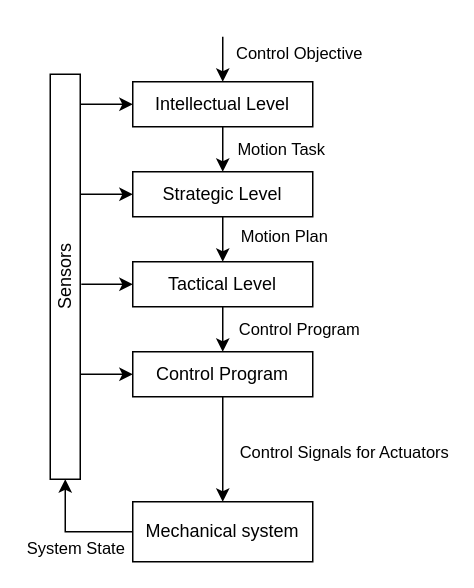
Above: Src/extra/Hierarchy.drawio in foxybbb/diploma-bachelor (draw.io), before the change. Source tidied: cells renumbered, new cells numbered last; positions are measured from the earlier drawing's top-left corner, leaving out a move shared by most shapes. Both pictures are drawn from the tidied source at 150%, with x=0, y=0 at pixel (-138, 36).
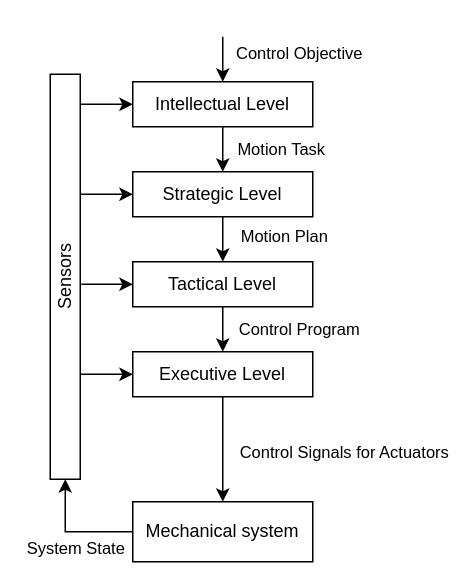
The same diagram, later.

Change to the diagram source:
```diff
@@
-    <mxCell id="17" value="Control Program" style="rounded=0;whiteSpace=wrap;html=1;" parent="1" vertex="1">
+    <mxCell id="17" value="Executive Level" style="rounded=0;whiteSpace=wrap;html=1;" parent="1" vertex="1">
       <mxGeometry x="180" y="210" width="120" height="30" as="geometry" />
     </mxCell>
```
